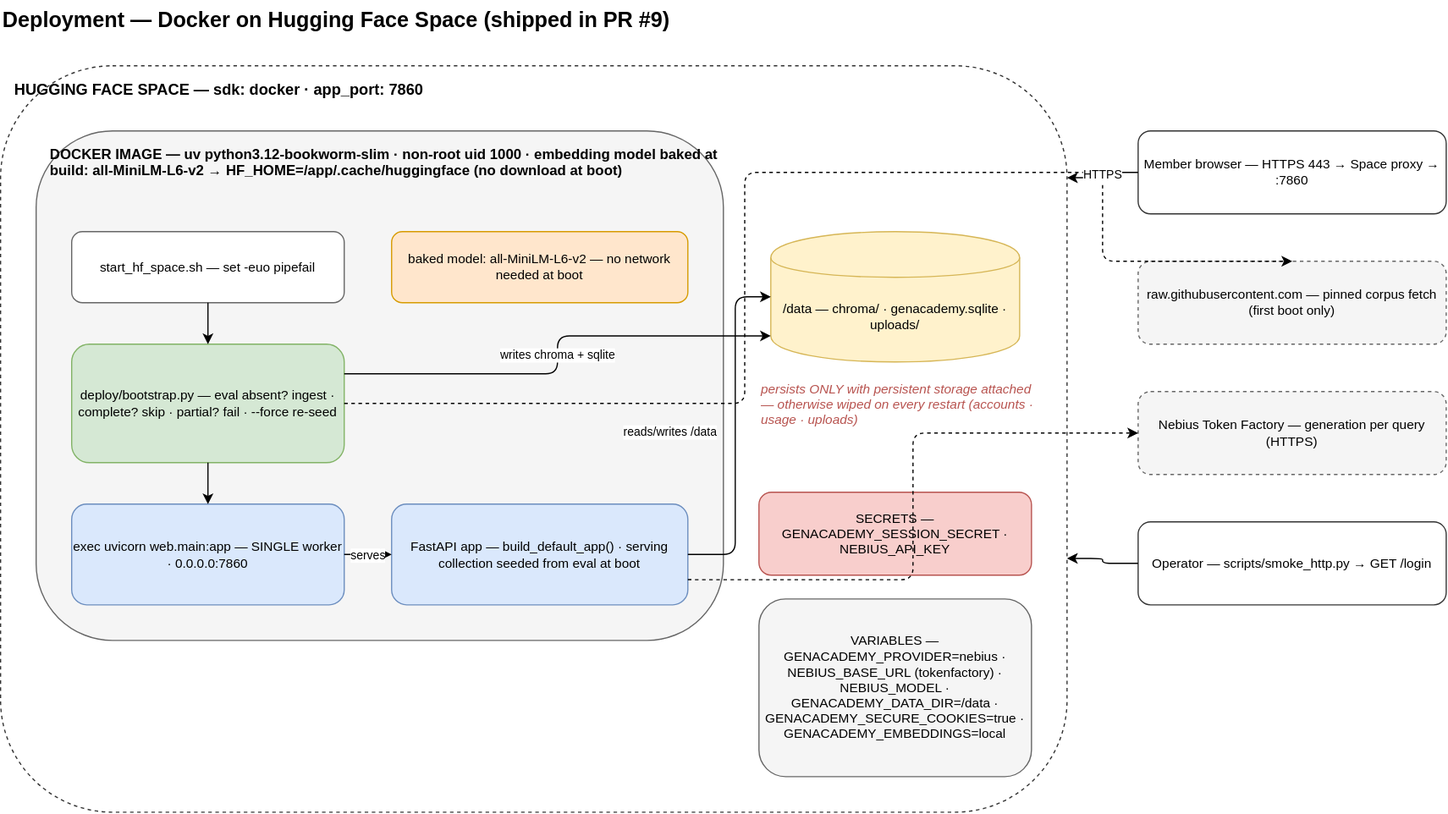
This is docs/diagrams/04-deployment-hf-space.svg from manjunath84/genacademy-rag, a draw.io export, as it was before one commit. Source tidied: cells renumbered, new cells last; positions are measured from the earlier drawing's top-left corner, leaving out a move shared by most shapes.
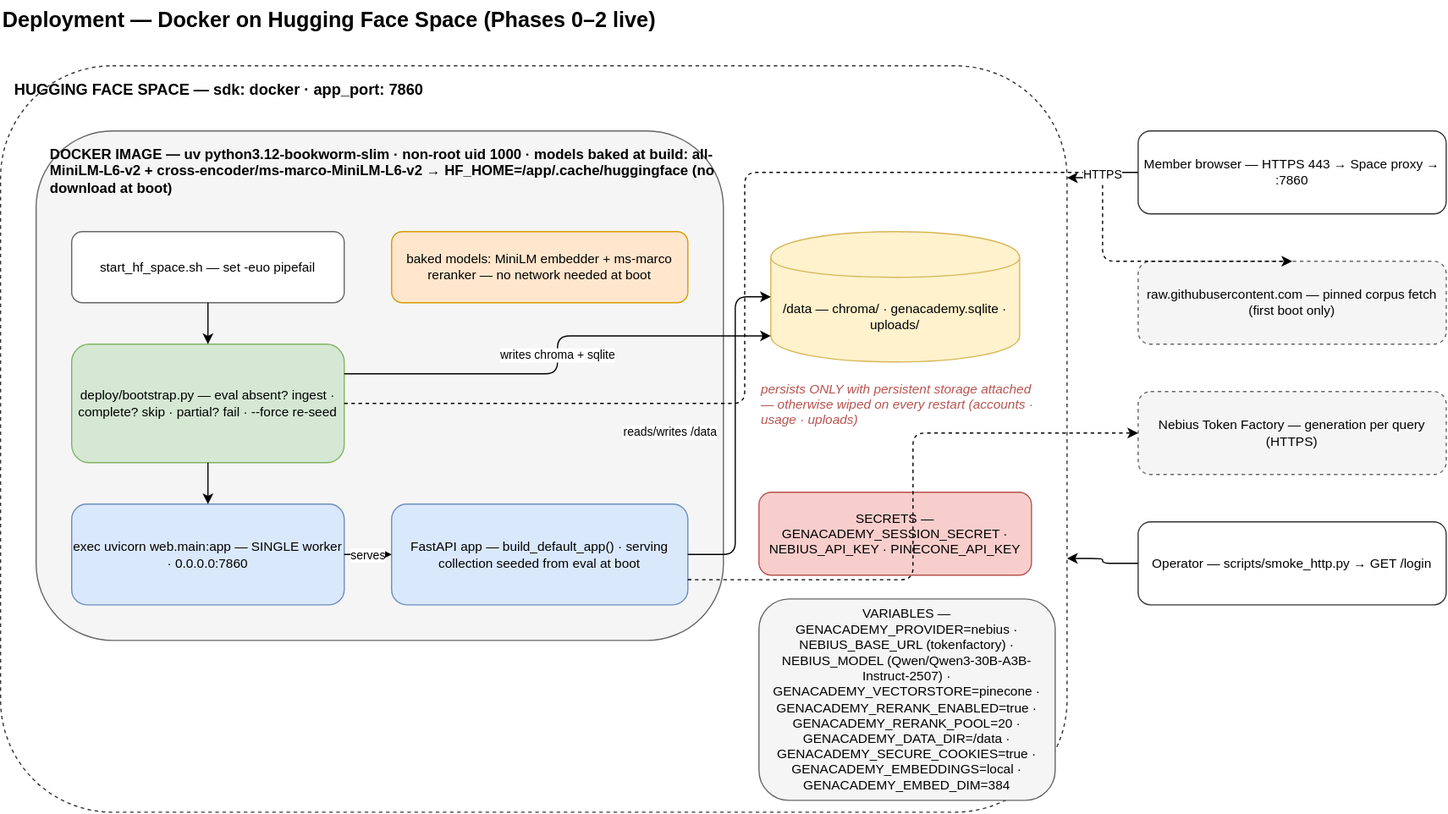
After the commit.

Commit message:
docs: refresh all diagrams for the rerank-live posture (#18)

What changed in the source:
```diff
@@ -2,13 +2,13 @@
   <root>
     <mxCell id="0" />
     <mxCell id="1" parent="0" />
-    <mxCell id="2" value="Deployment — Docker on Hugging Face Space (shipped in PR #9)" style="text;html=1;fontSize=18;fontStyle=1;" parent="1" vertex="1">
+    <mxCell id="2" value="Deployment — Docker on Hugging Face Space (Phases 0–2 live)" style="text;html=1;fontSize=18;fontStyle=1;" parent="1" vertex="1">
       <mxGeometry width="700" height="30" as="geometry" />
     </mxCell>
     <mxCell id="3" value="HUGGING FACE SPACE — sdk: docker · app_port: 7860" style="rounded=1;whiteSpace=wrap;html=1;dashed=1;verticalAlign=top;align=left;spacingLeft=10;spacingTop=6;fontStyle=1;fontSize=13;fillColor=none;strokeColor=#333333;" parent="1" vertex="1">
       <mxGeometry y="55" width="900" height="630" as="geometry" />
     </mxCell>
-    <mxCell id="4" value="DOCKER IMAGE — uv python3.12-bookworm-slim · non-root uid 1000 · embedding model baked at build: all-MiniLM-L6-v2 → HF_HOME=/app/.cache/huggingface (no download at boot)" style="rounded=1;whiteSpace=wrap;html=1;verticalAlign=top;align=left;spacingLeft=10;spacingTop=6;fontStyle=1;fontSize=12;fillColor=#f5f5f5;strokeColor=#666666;" parent="1" vertex="1">
+    <mxCell id="4" value="DOCKER IMAGE — uv python3.12-bookworm-slim · non-root uid 1000 · models baked at build: all-MiniLM-L6-v2 + cross-encoder/ms-marco-MiniLM-L6-v2 → HF_HOME=/app/.cache/huggingface (no download at boot)" style="rounded=1;whiteSpace=wrap;html=1;verticalAlign=top;align=left;spacingLeft=10;spacingTop=6;fontStyle=1;fontSize=12;fillColor=#f5f5f5;strokeColor=#666666;" parent="1" vertex="1">
       <mxGeometry x="30" y="110" width="580" height="430" as="geometry" />
     </mxCell>
     <mxCell id="5" value="start_hf_space.sh — set -euo pipefail" style="rounded=1;whiteSpace=wrap;html=1;fillColor=#ffffff;strokeColor=#666666;fontSize=11;" parent="1" vertex="1">
@@ -23,7 +23,7 @@
     <mxCell id="8" value="FastAPI app — build_default_app() · serving collection seeded from eval at boot" style="rounded=1;whiteSpace=wrap;html=1;fillColor=#dae8fc;strokeColor=#6c8ebf;fontSize=11;" parent="1" vertex="1">
       <mxGeometry x="330" y="425" width="250" height="85" as="geometry" />
     </mxCell>
-    <mxCell id="9" value="baked model: all-MiniLM-L6-v2 — no network needed at boot" style="rounded=1;whiteSpace=wrap;html=1;fillColor=#ffe6cc;strokeColor=#d79b00;fontSize=11;" parent="1" vertex="1">
+    <mxCell id="9" value="baked models: MiniLM embedder + ms-marco reranker — no network needed at boot" style="rounded=1;whiteSpace=wrap;html=1;fillColor=#ffe6cc;strokeColor=#d79b00;fontSize=11;" parent="1" vertex="1">
       <mxGeometry x="330" y="195" width="250" height="60" as="geometry" />
     </mxCell>
     <mxCell id="10" value="/data — chroma/ · genacademy.sqlite · uploads/" style="shape=cylinder;whiteSpace=wrap;html=1;boundedLbl=1;fillColor=#fff2cc;strokeColor=#d6b656;fontSize=11;" parent="1" vertex="1">
@@ -32,11 +32,11 @@
     <mxCell id="11" value="persists ONLY with persistent storage attached — otherwise wiped on every restart (accounts · usage · uploads)" style="text;html=1;whiteSpace=wrap;fontStyle=2;fontColor=#b85450;fontSize=11;" parent="1" vertex="1">
       <mxGeometry x="640" y="315" width="240" height="80" as="geometry" />
     </mxCell>
-    <mxCell id="12" value="SECRETS — GENACADEMY_SESSION_SECRET · NEBIUS_API_KEY" style="rounded=1;whiteSpace=wrap;html=1;fillColor=#f8cecc;strokeColor=#b85450;fontSize=11;" parent="1" vertex="1">
+    <mxCell id="12" value="SECRETS — GENACADEMY_SESSION_SECRET · NEBIUS_API_KEY · PINECONE_API_KEY" style="rounded=1;whiteSpace=wrap;html=1;fillColor=#f8cecc;strokeColor=#b85450;fontSize=11;" parent="1" vertex="1">
       <mxGeometry x="640" y="415" width="230" height="70" as="geometry" />
     </mxCell>
-    <mxCell id="13" value="VARIABLES — GENACADEMY_PROVIDER=nebius · NEBIUS_BASE_URL (tokenfactory) · NEBIUS_MODEL · GENACADEMY_DATA_DIR=/data · GENACADEMY_SECURE_COOKIES=true · GENACADEMY_EMBEDDINGS=local" style="rounded=1;whiteSpace=wrap;html=1;fillColor=#f5f5f5;strokeColor=#666666;fontSize=11;" parent="1" vertex="1">
-      <mxGeometry x="640" y="505" width="230" height="150" as="geometry" />
+    <mxCell id="13" value="VARIABLES — GENACADEMY_PROVIDER=nebius · NEBIUS_BASE_URL (tokenfactory) · NEBIUS_MODEL (Qwen/Qwen3-30B-A3B-Instruct-2507) · GENACADEMY_VECTORSTORE=pinecone · GENACADEMY_RERANK_ENABLED=true · GENACADEMY_RERANK_POOL=20 · GENACADEMY_DATA_DIR=/data · GENACADEMY_SECURE_COOKIES=true · GENACADEMY_EMBEDDINGS=local · GENACADEMY_EMBED_DIM=384" style="rounded=1;whiteSpace=wrap;html=1;fillColor=#f5f5f5;strokeColor=#666666;fontSize=11;" parent="1" vertex="1">
+      <mxGeometry x="640" y="505" width="250" height="170" as="geometry" />
     </mxCell>
     <mxCell id="14" value="Member browser — HTTPS 443 → Space proxy → :7860" style="rounded=1;whiteSpace=wrap;html=1;fillColor=#ffffff;strokeColor=#333333;fontSize=11;" parent="1" vertex="1">
       <mxGeometry x="960" y="110" width="260" height="70" as="geometry" />
```
